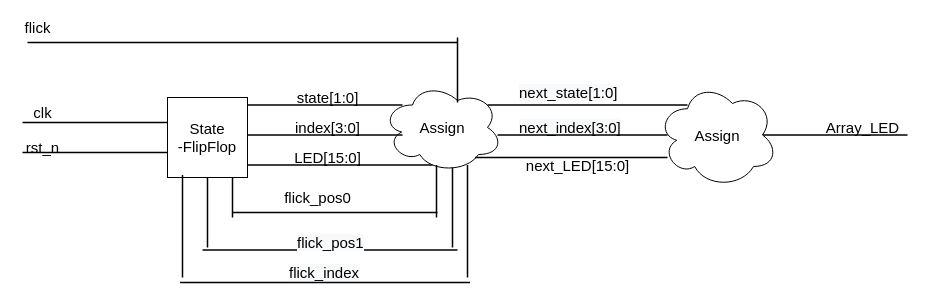
datdonguyen99/demoGit keeps this draw.io diagram as Untitled Diagram.drawio. Above is the earlier version. Source tidied: cells renumbered, new cells numbered last; positions are measured from the earlier drawing's top-left corner, leaving out a move shared by most shapes. Both pictures are drawn from the tidied source at 100%, with x=0, y=0 at pixel (17, 17).
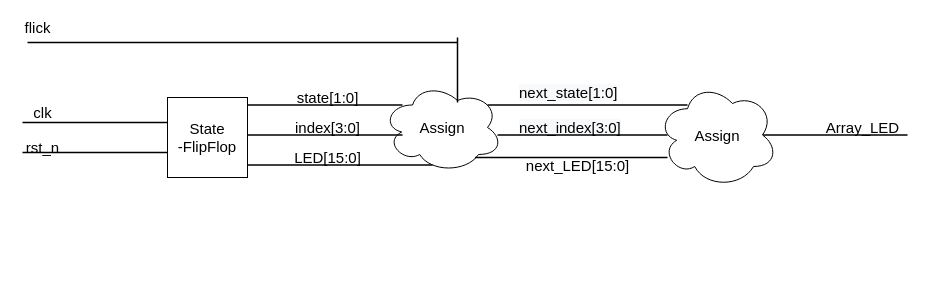
After the change.

Change to the diagram source:
```diff
@@
-    <mxCell id="25" style="line;strokeWidth=1.5;html=1;" parent="1" vertex="1">
-      <mxGeometry x="185" y="225" width="255" height="15" as="geometry" />
-    </mxCell>
-    <mxCell id="26" style="line;strokeWidth=1.5;direction=south;html=1;" parent="1" vertex="1">
-      <mxGeometry x="414" y="147.5" width="10" height="52.5" as="geometry" />
-    </mxCell>
-    <mxCell id="27" style="line;strokeWidth=1.5;direction=south;html=1;" parent="1" vertex="1">
-      <mxGeometry x="430" y="150" width="10" height="80" as="geometry" />
-    </mxCell>
-    <mxCell id="28" style="line;strokeWidth=1.5;direction=south;html=1;" parent="1" vertex="1">
-      <mxGeometry x="445" y="147.5" width="10" height="112.5" as="geometry" />
-    </mxCell>
-    <mxCell id="29" style="line;strokeWidth=1.5;direction=south;html=1;" parent="1" vertex="1">
-      <mxGeometry x="210" y="160" width="10" height="40" as="geometry" />
-    </mxCell>
-    <mxCell id="30" style="line;strokeWidth=1.5;direction=south;html=1;" parent="1" vertex="1">
-      <mxGeometry x="185" y="160" width="10" height="70" as="geometry" />
-    </mxCell>
-    <mxCell id="31" style="line;strokeWidth=1.5;direction=south;html=1;" parent="1" vertex="1">
-      <mxGeometry x="160" y="157.5" width="10" height="102.5" as="geometry" />
-    </mxCell>
-    <mxCell id="32" style="line;strokeWidth=1.5;html=1;" parent="1" vertex="1">
-      <mxGeometry x="215" y="190" width="205" height="10" as="geometry" />
-    </mxCell>
-    <mxCell id="33" style="line;strokeWidth=1.5;html=1;" parent="1" vertex="1">
-      <mxGeometry x="162.5" y="260" width="290" height="10" as="geometry" />
-    </mxCell>
-    <mxCell id="34" value="&lt;font style=&quot;font-size: 15px&quot;&gt;flick_pos0&lt;/font&gt;" style="text;html=1;align=center;verticalAlign=middle;strokeColor=none;" parent="1" vertex="1">
-      <mxGeometry x="260" y="170" width="80" height="20" as="geometry" />
-    </mxCell>
-    <mxCell id="35" value="&lt;span style=&quot;color: rgb(0 , 0 , 0) ; font-family: &amp;#34;helvetica&amp;#34; ; font-size: 15px ; font-style: normal ; font-weight: 400 ; letter-spacing: normal ; text-align: center ; text-indent: 0px ; text-transform: none ; word-spacing: 0px ; background-color: rgb(248 , 249 , 250) ; display: inline ; float: none&quot;&gt;flick_pos1&lt;/span&gt;" style="text;whiteSpace=wrap;html=1;" parent="1" vertex="1">
-      <mxGeometry x="277.5" y="210" width="90" height="30" as="geometry" />
-    </mxCell>
-    <mxCell id="36" value="&lt;span style=&quot;color: rgb(0 , 0 , 0) ; font-family: &amp;#34;helvetica&amp;#34; ; font-size: 15px ; font-style: normal ; font-weight: 400 ; letter-spacing: normal ; text-align: center ; text-indent: 0px ; text-transform: none ; word-spacing: 0px ; background-color: rgb(248 , 249 , 250) ; display: inline ; float: none&quot;&gt;flick_index&lt;/span&gt;" style="text;whiteSpace=wrap;html=1;" parent="1" vertex="1">
-      <mxGeometry x="270" y="240" width="90" height="30" as="geometry" />
-    </mxCell>
```
